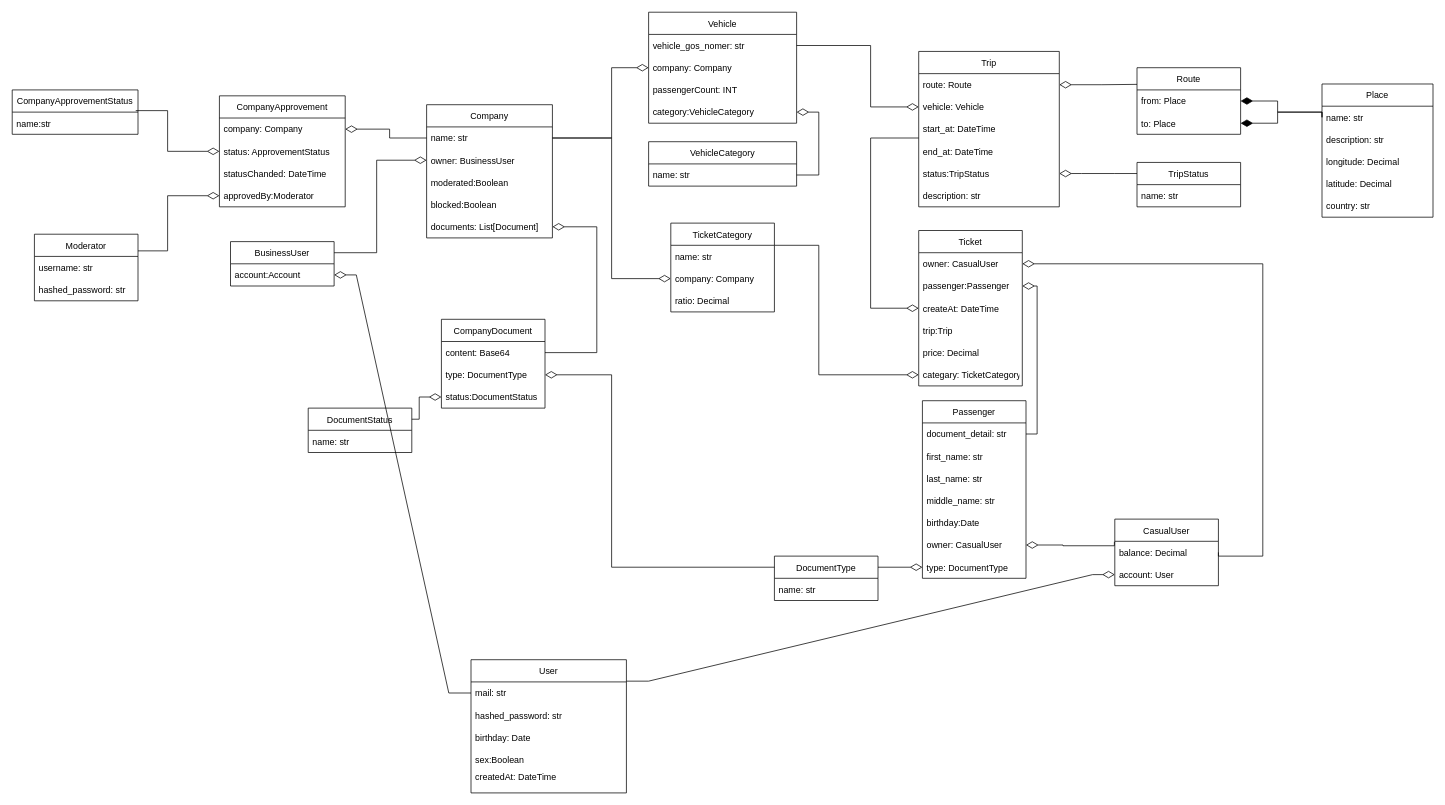
This is VehicleAggModels.drawio from vehicle-aggregator/docs, a draw.io file, before an edit. Source tidied: cells renumbered, new cells numbered last; positions are measured from the earlier drawing's top-left corner, leaving out a move shared by most shapes. Both pictures are drawn from the tidied source at 74%, with x=0, y=0 at pixel (12, 12).
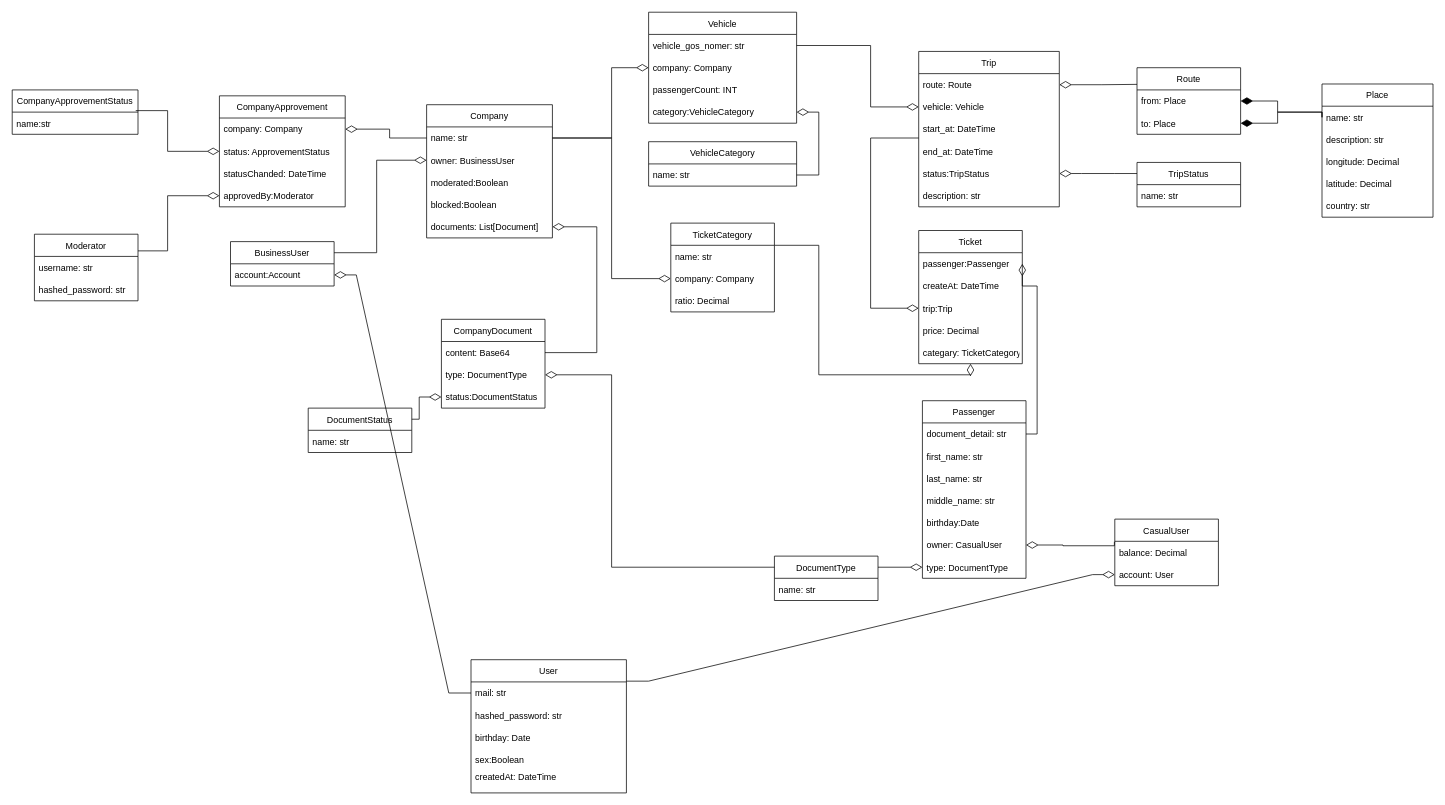
The same page after the edit.

Commit message:
удалил лишнюю связь

The change refers to these unchanged cells:
```xml
<mxCell id="54" value="balance: Decimal" style="text;strokeColor=none;fillColor=none;align=left;verticalAlign=middle;spacingLeft=4;spacingRight=4;overflow=hidden;points=[[0,0.5],[1,0.5]];portConstraint=eastwest;" parent="53" vertex="1">
  <mxGeometry y="30" width="140" height="30" as="geometry" />
</mxCell>
```

The edit, as a diff of the source:
```diff
@@
     <mxCell id="59" value="Ticket" style="swimlane;fontStyle=0;horizontal=1;startSize=30;" parent="1" vertex="1">
-      <mxGeometry x="1225" y="295" width="140" height="210" as="geometry" />
+      <mxGeometry x="1225" y="295" width="140" height="180" as="geometry" />
     </mxCell>
-    <mxCell id="60" value="owner: CasualUser" style="text;strokeColor=none;fillColor=none;align=left;verticalAlign=middle;spacingLeft=4;spacingRight=4;overflow=hidden;points=[[0,0.5],[1,0.5]];portConstraint=eastwest;" parent="59" vertex="1">
-      <mxGeometry y="30" width="140" height="30" as="geometry" />
-    </mxCell>
     <mxCell id="61" value="passenger:Passenger" style="text;strokeColor=none;fillColor=none;align=left;verticalAlign=middle;spacingLeft=4;spacingRight=4;overflow=hidden;points=[[0,0.5],[1,0.5]];portConstraint=eastwest;" parent="59" vertex="1">
-      <mxGeometry y="60" width="140" height="30" as="geometry" />
+      <mxGeometry y="30" width="140" height="30" as="geometry" />
     </mxCell>
     <mxCell id="62" value="createAt: DateTime" style="text;strokeColor=none;fillColor=none;align=left;verticalAlign=middle;spacingLeft=4;spacingRight=4;overflow=hidden;" parent="59" vertex="1">
-      <mxGeometry y="90" width="140" height="30" as="geometry" />
+      <mxGeometry y="60" width="140" height="30" as="geometry" />
     </mxCell>
     <mxCell id="63" value="trip:Trip" style="text;strokeColor=none;fillColor=none;align=left;verticalAlign=middle;spacingLeft=4;spacingRight=4;overflow=hidden;" parent="59" vertex="1">
-      <mxGeometry y="120" width="140" height="30" as="geometry" />
+      <mxGeometry y="90" width="140" height="30" as="geometry" />
     </mxCell>
     <mxCell id="64" value="price: Decimal" style="text;strokeColor=none;fillColor=none;align=left;verticalAlign=middle;spacingLeft=4;spacingRight=4;overflow=hidden;" parent="59" vertex="1">
-      <mxGeometry y="150" width="140" height="30" as="geometry" />
+      <mxGeometry y="120" width="140" height="30" as="geometry" />
     </mxCell>
     <mxCell id="65" value="categary: TicketCategory" style="text;strokeColor=none;fillColor=none;align=left;verticalAlign=middle;spacingLeft=4;spacingRight=4;overflow=hidden;points=[[0,0.5],[1,0.5]];portConstraint=eastwest;" parent="59" vertex="1">
-      <mxGeometry y="180" width="140" height="30" as="geometry" />
+      <mxGeometry y="150" width="140" height="30" as="geometry" />
     </mxCell>
@@
-    <mxCell id="100" style="edgeStyle=orthogonalEdgeStyle;rounded=0;jettySize=auto;html=1;entryX=1;entryY=0.5;entryDx=0;entryDy=0;exitX=1;exitY=0.5;exitDx=0;exitDy=0;endArrow=none;endFill=0;startArrow=diamondThin;startFill=0;endSize=11;startSize=14;" parent="1" edge="1" source="60" target="54">
-      <mxGeometry relative="1" as="geometry">
-        <Array as="points">
-          <mxPoint x="1690" y="340" />
-          <mxPoint x="1690" y="735" />
-          <mxPoint x="1630" y="735" />
-        </Array>
-      </mxGeometry>
-    </mxCell>
```
